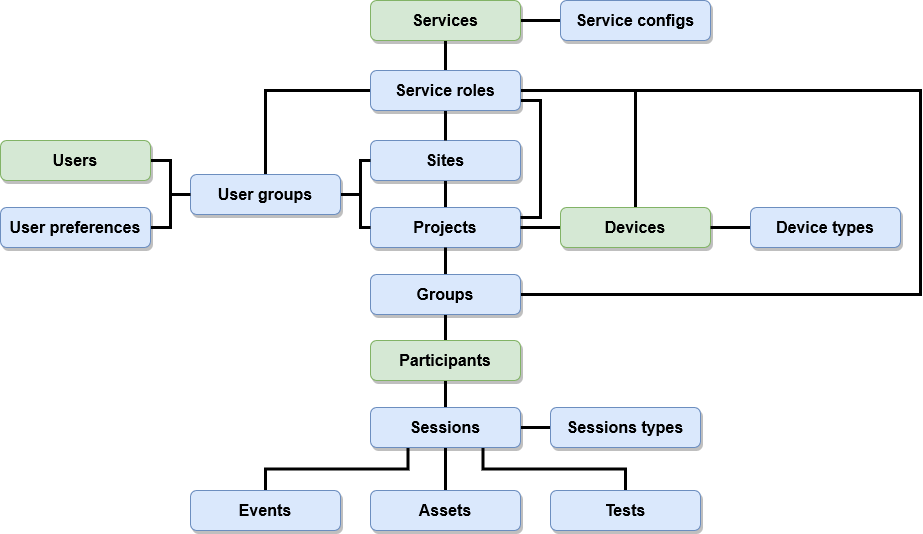
This is docs/images/OpenTera_Objects.png from introlab/opentera, a draw.io export, as it was before one commit. Source tidied: cells renumbered, new cells last; positions are measured from the earlier drawing's top-left corner, leaving out a move shared by most shapes.
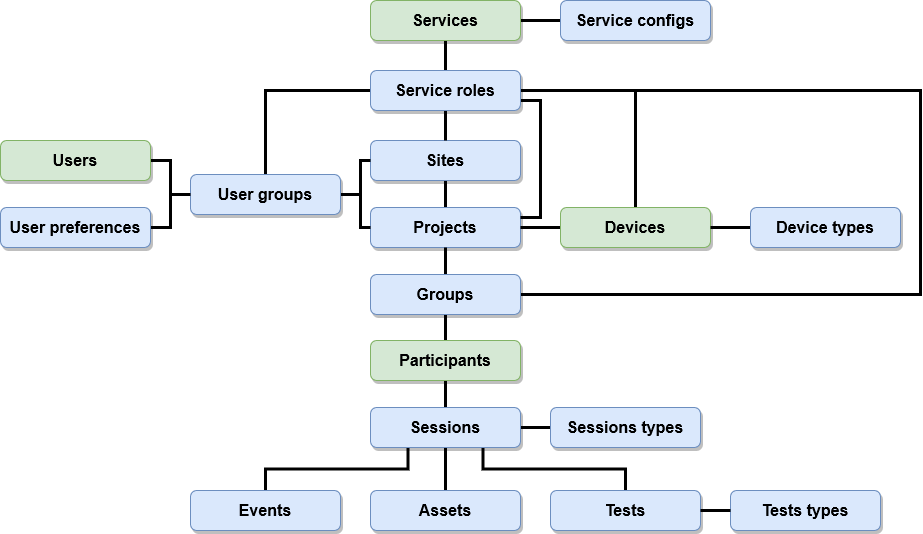
After the change.

What changed in the source:
```diff
@@ -121,5 +121,11 @@
     <mxCell id="39" value="&lt;font style=&quot;font-size: 16px&quot;&gt;&lt;b&gt;Device types&lt;br&gt;&lt;/b&gt;&lt;/font&gt;" style="rounded=1;whiteSpace=wrap;html=1;fillColor=#dae8fc;strokeColor=#6c8ebf;shadow=1;" parent="1" vertex="1">
       <mxGeometry x="750" y="207" width="150" height="40" as="geometry" />
     </mxCell>
+    <mxCell id="40" value="&lt;font style=&quot;font-size: 16px&quot;&gt;&lt;b&gt;Tests types&lt;br&gt;&lt;/b&gt;&lt;/font&gt;" style="rounded=1;whiteSpace=wrap;html=1;fillColor=#dae8fc;strokeColor=#6c8ebf;shadow=1;" parent="1" vertex="1">
+      <mxGeometry x="730" y="490" width="150" height="40" as="geometry" />
+    </mxCell>
+    <mxCell id="41" style="edgeStyle=orthogonalEdgeStyle;rounded=0;jettySize=auto;html=1;exitX=1;exitY=0.5;exitDx=0;exitDy=0;entryX=0;entryY=0.5;entryDx=0;entryDy=0;endArrow=none;endFill=0;strokeWidth=3;" parent="1" edge="1" source="18" target="40">
+      <mxGeometry relative="1" as="geometry" />
+    </mxCell>
   </root>
 </mxGraphModel>
```
